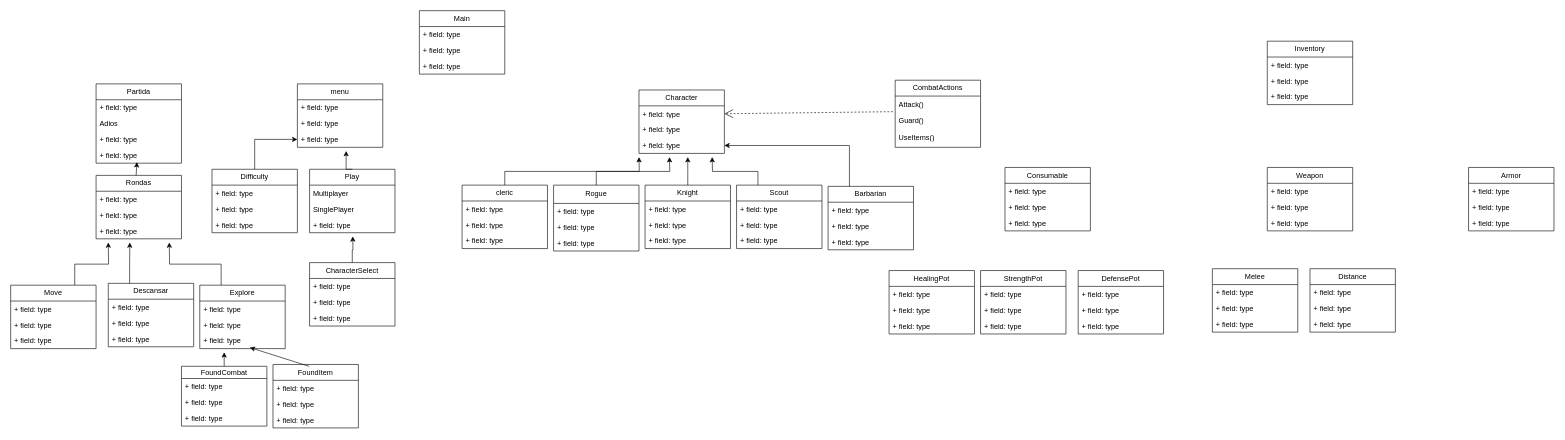
This is _MedievalZone/Medieval-Zone-Diagram.drawio from Loadingexploat83/Medieval-Zone, a draw.io file, before an edit. Source tidied: cells renumbered, new cells numbered last; positions are measured from the earlier drawing's top-left corner, leaving out a move shared by most shapes. Both pictures are drawn from the tidied source at 61%, with x=0, y=0 at pixel (10, 10).
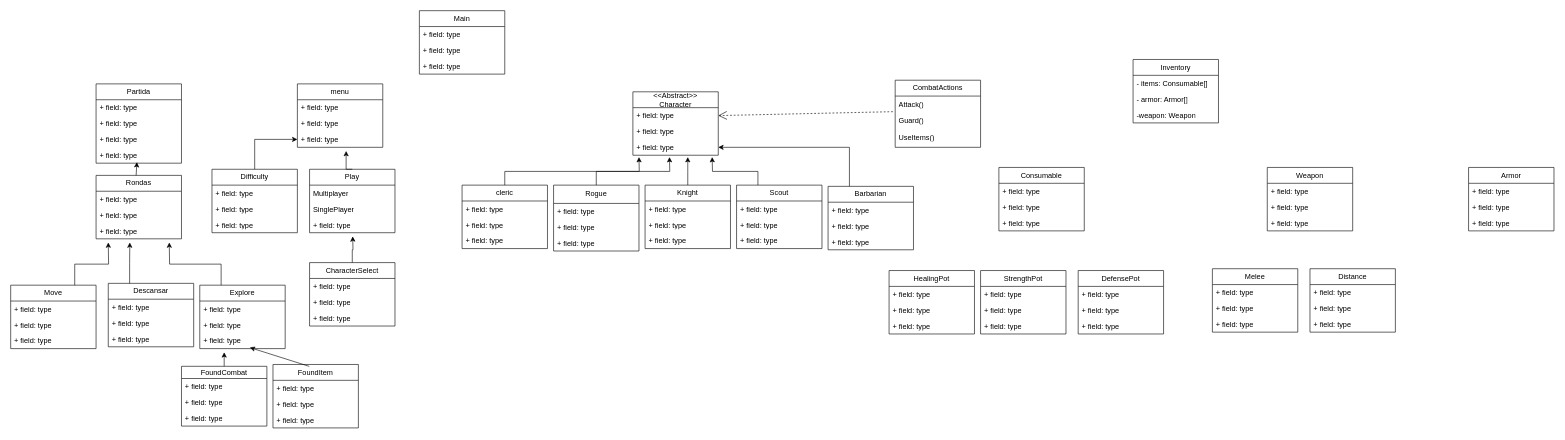
The same page after the edit.

The change refers to these unchanged cells:
```xml
<mxCell id="10" value="Partida" style="swimlane;fontStyle=0;horizontal=1;startSize=26;fillColor=none;whiteSpace=wrap;html=1;" parent="1" vertex="1">
  <mxGeometry x="140" y="120" width="140" height="130" as="geometry" />
</mxCell>
```

Diff of the diagram source:
```diff
@@
-    <mxCell id="12" value="Adios" style="text;strokeColor=none;fillColor=none;align=left;verticalAlign=top;spacingLeft=4;spacingRight=4;overflow=hidden;whiteSpace=wrap;html=1;" parent="10" vertex="1">
+    <mxCell id="12" value="+ field: type" style="text;strokeColor=none;fillColor=none;align=left;verticalAlign=top;spacingLeft=4;spacingRight=4;overflow=hidden;whiteSpace=wrap;html=1;" parent="10" vertex="1">
       <mxGeometry y="52" width="140" height="26" as="geometry" />
     </mxCell>
@@
-    <mxCell id="50" value="Character" style="swimlane;fontStyle=0;horizontal=1;startSize=26;fillColor=none;whiteSpace=wrap;html=1;" parent="1" vertex="1">
-      <mxGeometry x="1030" y="130" width="140" height="104" as="geometry" />
+    <mxCell id="50" value="&lt;div&gt;&lt;font&gt;&amp;lt;&amp;lt;Abstract&amp;gt;&amp;gt;&lt;/font&gt;&lt;/div&gt;&lt;font&gt;Character&lt;/font&gt;" style="swimlane;fontStyle=0;horizontal=1;startSize=26;fillColor=none;whiteSpace=wrap;html=1;" parent="1" vertex="1">
+      <mxGeometry x="1020" y="133" width="140" height="104" as="geometry" />
     </mxCell>
@@
     <mxCell id="89" value="Inventory" style="swimlane;fontStyle=0;horizontal=1;startSize=26;fillColor=none;whiteSpace=wrap;html=1;" parent="1" vertex="1">
-      <mxGeometry x="2060" y="50" width="140" height="104" as="geometry" />
+      <mxGeometry x="1840" y="80" width="140" height="104" as="geometry" />
     </mxCell>
-    <mxCell id="90" value="+ field: type" style="text;strokeColor=none;fillColor=none;align=left;verticalAlign=top;spacingLeft=4;spacingRight=4;overflow=hidden;whiteSpace=wrap;html=1;" parent="89" vertex="1">
+    <mxCell id="90" value="- i&lt;span style=&quot;background-color: transparent; color: light-dark(rgb(0, 0, 0), rgb(255, 255, 255));&quot;&gt;tems: Consumable[]&lt;/span&gt;" style="text;strokeColor=none;fillColor=none;align=left;verticalAlign=top;spacingLeft=4;spacingRight=4;overflow=hidden;whiteSpace=wrap;html=1;" parent="89" vertex="1">
       <mxGeometry y="26" width="140" height="26" as="geometry" />
     </mxCell>
-    <mxCell id="91" value="+ field: type" style="text;strokeColor=none;fillColor=none;align=left;verticalAlign=top;spacingLeft=4;spacingRight=4;overflow=hidden;whiteSpace=wrap;html=1;" parent="89" vertex="1">
+    <mxCell id="91" value="- armor: Armor[]" style="text;strokeColor=none;fillColor=none;align=left;verticalAlign=top;spacingLeft=4;spacingRight=4;overflow=hidden;whiteSpace=wrap;html=1;" parent="89" vertex="1">
       <mxGeometry y="52" width="140" height="26" as="geometry" />
     </mxCell>
-    <mxCell id="92" value="+ field: type" style="text;strokeColor=none;fillColor=none;align=left;verticalAlign=top;spacingLeft=4;spacingRight=4;overflow=hidden;whiteSpace=wrap;html=1;" parent="89" vertex="1">
+    <mxCell id="92" value="-weapon: Weapon" style="text;strokeColor=none;fillColor=none;align=left;verticalAlign=top;spacingLeft=4;spacingRight=4;overflow=hidden;whiteSpace=wrap;html=1;" parent="89" vertex="1">
       <mxGeometry y="78" width="140" height="26" as="geometry" />
     </mxCell>
     <mxCell id="93" value="Consumable" style="swimlane;fontStyle=0;horizontal=1;startSize=26;fillColor=none;whiteSpace=wrap;html=1;" parent="1" vertex="1">
-      <mxGeometry x="1630" y="257" width="140" height="104" as="geometry" />
+      <mxGeometry x="1620" y="257" width="140" height="104" as="geometry" />
     </mxCell>
```
